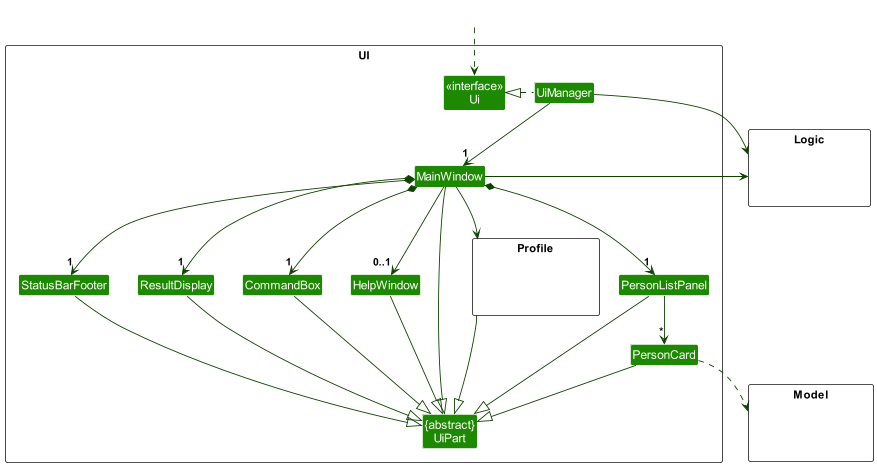
The PlantUML diagram docs/images/UiClassDiagram.png in nus-cs2103-AY2324S1/tp, before a commit.
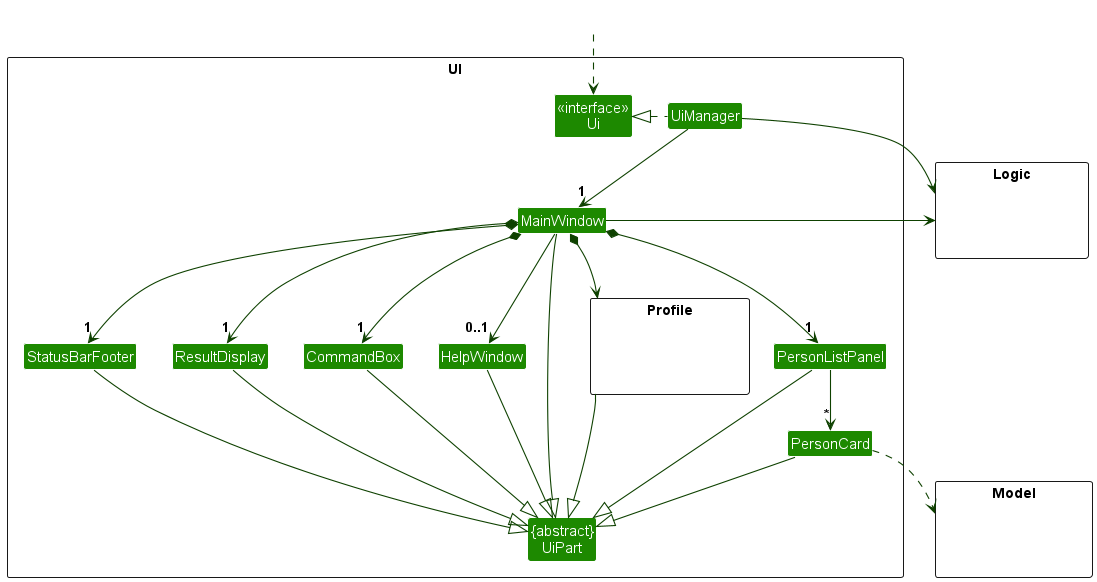
After the change.

Commit message:
Add composition to UI class diagram of DG

Between MainWindow and the Profile rectangle

The edit, as a diff of the source:
```diff
@@ -38,7 +38,7 @@
 MainWindow *-down-> "1" PersonListPanel
 MainWindow *-down-> "1" StatusBarFooter
 MainWindow --> "0..1" HelpWindow
-MainWindow --> Profile
+MainWindow *--> Profile
 
 PersonListPanel -down-> "*" PersonCard
 
```
